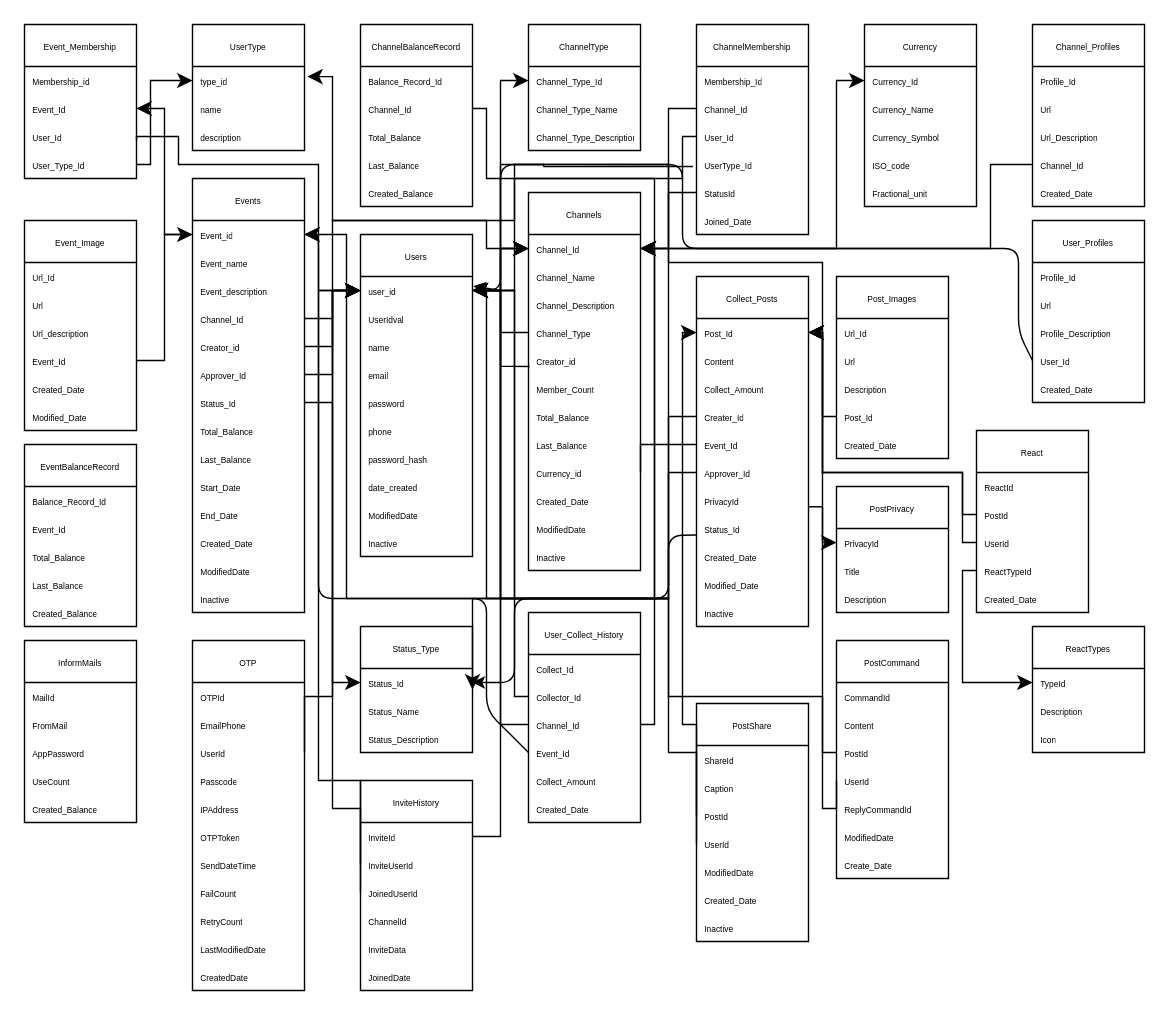
Earlier version of the draw.io diagram page "Page-1" (1 of 3) of sql_graph.drawio (InnwaCommunity/KoiCoi). Source tidied: cells renumbered, new cells numbered last; positions are measured from the earlier drawing's top-left corner, leaving out a move shared by most shapes. Both pictures are drawn from the tidied source at 140%, with x=0, y=0 at pixel (24, 24).
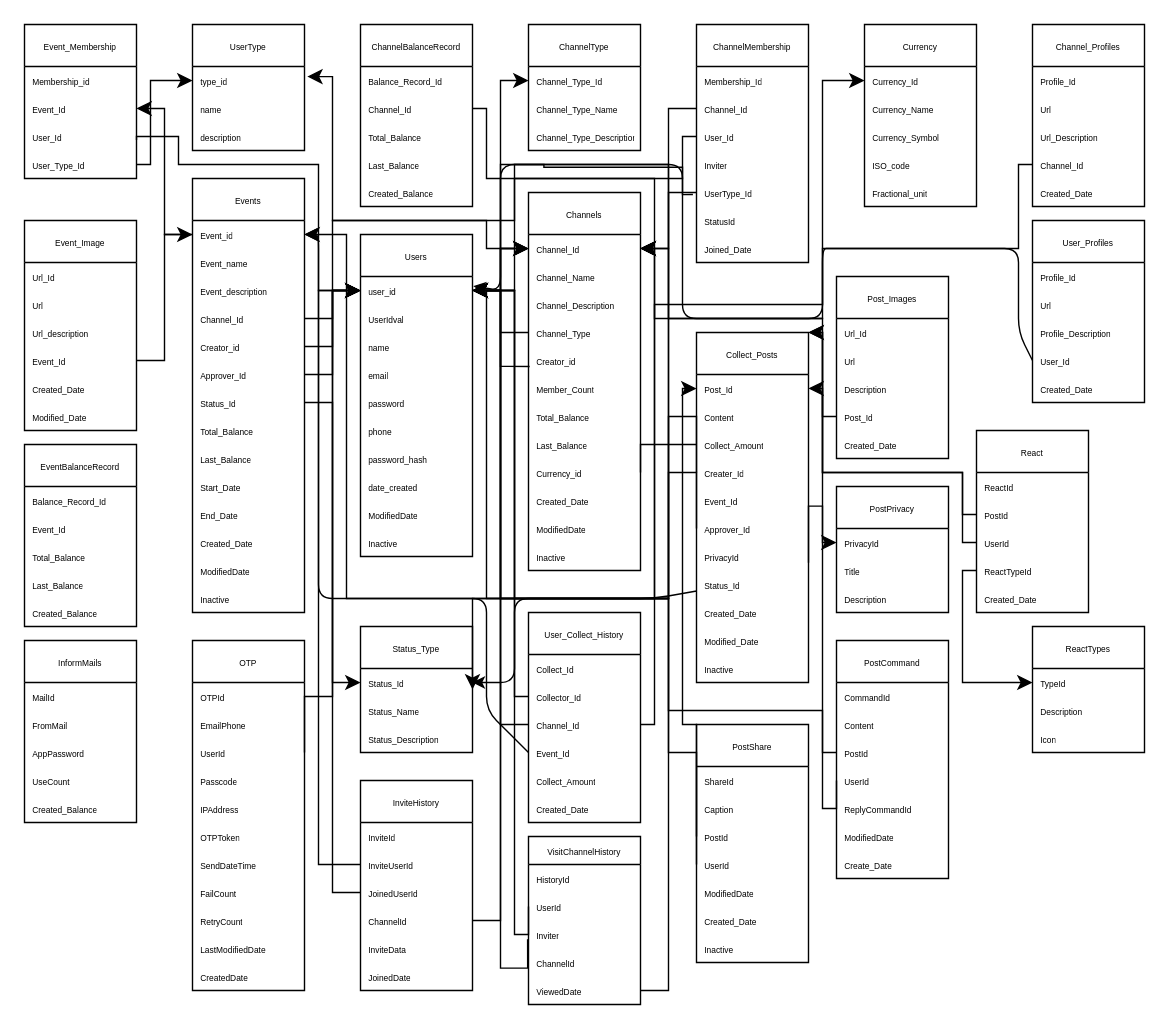
The same diagram, later.

Unchanged cells that the change refers to:
```xml
<mxCell id="3" value="&lt;font style=&quot;font-size: 6px;&quot;&gt;user_id&lt;/font&gt;" style="text;strokeColor=none;fillColor=none;align=left;verticalAlign=middle;spacingLeft=4;spacingRight=4;overflow=hidden;points=[[0,0.5],[1,0.5]];portConstraint=eastwest;whiteSpace=wrap;html=1;" parent="2" vertex="1">
  <mxGeometry y="30" width="80" height="20" as="geometry" />
</mxCell>
<mxCell id="34" value="&lt;font style=&quot;font-size: 6px;&quot;&gt;Channel_Id&lt;/font&gt;" style="text;strokeColor=none;fillColor=none;align=left;verticalAlign=middle;spacingLeft=4;spacingRight=4;overflow=hidden;points=[[0,0.5],[1,0.5]];portConstraint=eastwest;whiteSpace=wrap;html=1;" parent="33" vertex="1">
  <mxGeometry y="30" width="80" height="20" as="geometry" />
</mxCell>
<mxCell id="42" value="&lt;font style=&quot;font-size: 6px;&quot;&gt;Currency_id&lt;/font&gt;" style="text;strokeColor=none;fillColor=none;align=left;verticalAlign=middle;spacingLeft=4;spacingRight=4;overflow=hidden;points=[[0,0.5],[1,0.5]];portConstraint=eastwest;whiteSpace=wrap;html=1;" parent="33" vertex="1">
  <mxGeometry y="190" width="80" height="20" as="geometry" />
</mxCell>
<mxCell id="64" value="&lt;font style=&quot;font-size: 6px;&quot;&gt;Currency_Id&lt;/font&gt;" style="text;strokeColor=none;fillColor=none;align=left;verticalAlign=middle;spacingLeft=4;spacingRight=4;overflow=hidden;points=[[0,0.5],[1,0.5]];portConstraint=eastwest;whiteSpace=wrap;html=1;" parent="63" vertex="1">
  <mxGeometry y="30" width="80" height="20" as="geometry" />
</mxCell>
<mxCell id="69" value="&lt;font style=&quot;font-size: 6px;&quot;&gt;Status_Type&lt;/font&gt;" style="swimlane;fontStyle=0;horizontal=1;startSize=30;whiteSpace=wrap;html=1;" parent="1" vertex="1">
  <mxGeometry x="240" y="430" width="80" height="90" as="geometry" />
</mxCell>
<mxCell id="70" value="&lt;font style=&quot;font-size: 6px;&quot;&gt;Status_Id&lt;/font&gt;" style="text;strokeColor=none;fillColor=none;align=left;verticalAlign=middle;spacingLeft=4;spacingRight=4;overflow=hidden;points=[[0,0.5],[1,0.5]];portConstraint=eastwest;whiteSpace=wrap;html=1;" parent="69" vertex="1">
  <mxGeometry y="30" width="80" height="20" as="geometry" />
</mxCell>
<mxCell id="80" value="&lt;font style=&quot;font-size: 6px;&quot;&gt;type_id&lt;/font&gt;" style="text;strokeColor=none;fillColor=none;align=left;verticalAlign=middle;spacingLeft=4;spacingRight=4;overflow=hidden;points=[[0,0.5],[1,0.5]];portConstraint=eastwest;whiteSpace=wrap;html=1;" parent="79" vertex="1">
  <mxGeometry y="30" width="80" height="20" as="geometry" />
</mxCell>
<mxCell id="93" value="&lt;font style=&quot;font-size: 6px;&quot;&gt;Channel_Id&lt;/font&gt;" style="text;strokeColor=none;fillColor=none;align=left;verticalAlign=middle;spacingLeft=4;spacingRight=4;overflow=hidden;points=[[0,0.5],[1,0.5]];portConstraint=eastwest;whiteSpace=wrap;html=1;" parent="89" vertex="1">
  <mxGeometry y="90" width="80" height="20" as="geometry" />
</mxCell>
<mxCell id="105" value="&lt;font style=&quot;font-size: 6px;&quot;&gt;Post_Id&lt;/font&gt;" style="text;strokeColor=none;fillColor=none;align=left;verticalAlign=middle;spacingLeft=4;spacingRight=4;overflow=hidden;points=[[0,0.5],[1,0.5]];portConstraint=eastwest;whiteSpace=wrap;html=1;" parent="104" vertex="1">
  <mxGeometry y="30" width="80" height="20" as="geometry" />
</mxCell>
<mxCell id="112" value="&lt;span style=&quot;font-size: 6px;&quot;&gt;Status_Id&lt;/span&gt;" style="text;strokeColor=none;fillColor=none;align=left;verticalAlign=middle;spacingLeft=4;spacingRight=4;overflow=hidden;points=[[0,0.5],[1,0.5]];portConstraint=eastwest;whiteSpace=wrap;html=1;" parent="104" vertex="1">
  <mxGeometry y="170" width="80" height="20" as="geometry" />
</mxCell>
<mxCell id="149" value="&lt;font style=&quot;font-size: 6px;&quot;&gt;User_Id&lt;/font&gt;" style="text;strokeColor=none;fillColor=none;align=left;verticalAlign=middle;spacingLeft=4;spacingRight=4;overflow=hidden;points=[[0,0.5],[1,0.5]];portConstraint=eastwest;whiteSpace=wrap;html=1;" parent="145" vertex="1">
  <mxGeometry y="90" width="80" height="20" as="geometry" />
</mxCell>
<mxCell id="155" value="&lt;span style=&quot;font-size: 6px;&quot;&gt;UserId&lt;/span&gt;" style="text;strokeColor=none;fillColor=none;align=left;verticalAlign=middle;spacingLeft=4;spacingRight=4;overflow=hidden;points=[[0,0.5],[1,0.5]];portConstraint=eastwest;whiteSpace=wrap;html=1;" parent="152" vertex="1">
  <mxGeometry y="70" width="80" height="20" as="geometry" />
</mxCell>
<mxCell id="162" value="&lt;span style=&quot;font-size: 6px;&quot;&gt;UserId&lt;/span&gt;" style="text;strokeColor=none;fillColor=none;align=left;verticalAlign=middle;spacingLeft=4;spacingRight=4;overflow=hidden;points=[[0,0.5],[1,0.5]];portConstraint=eastwest;whiteSpace=wrap;html=1;" parent="158" vertex="1">
  <mxGeometry y="90" width="80" height="20" as="geometry" />
</mxCell>
<mxCell id="169" value="&lt;span style=&quot;font-size: 6px;&quot;&gt;PostId&lt;/span&gt;" style="text;strokeColor=none;fillColor=none;align=left;verticalAlign=middle;spacingLeft=4;spacingRight=4;overflow=hidden;points=[[0,0.5],[1,0.5]];portConstraint=eastwest;whiteSpace=wrap;html=1;" parent="166" vertex="1">
  <mxGeometry y="70" width="80" height="20" as="geometry" />
</mxCell>
<mxCell id="211" value="&lt;font style=&quot;font-size: 6px;&quot;&gt;InviteUserId&lt;/font&gt;" style="text;strokeColor=none;fillColor=none;align=left;verticalAlign=middle;spacingLeft=4;spacingRight=4;overflow=hidden;points=[[0,0.5],[1,0.5]];portConstraint=eastwest;whiteSpace=wrap;html=1;" parent="209" vertex="1">
  <mxGeometry y="50" width="80" height="20" as="geometry" />
</mxCell>
<mxCell id="212" value="&lt;font style=&quot;font-size: 6px;&quot;&gt;JoinedUserId&lt;/font&gt;" style="text;strokeColor=none;fillColor=none;align=left;verticalAlign=middle;spacingLeft=4;spacingRight=4;overflow=hidden;points=[[0,0.5],[1,0.5]];portConstraint=eastwest;whiteSpace=wrap;html=1;" parent="209" vertex="1">
  <mxGeometry y="70" width="80" height="20" as="geometry" />
</mxCell>
```

The edit, as a diff of the source:
```diff
@@
     <mxCell id="56" value="&lt;font style=&quot;font-size: 6px;&quot;&gt;ChannelMembership&lt;/font&gt;" style="swimlane;fontStyle=0;horizontal=1;startSize=30;whiteSpace=wrap;html=1;" parent="1" vertex="1">
-      <mxGeometry x="480" width="80" height="150" as="geometry" />
+      <mxGeometry x="480" width="80" height="170" as="geometry" />
     </mxCell>
@@
+    <mxCell id="221" value="&lt;font style=&quot;font-size: 6px;&quot;&gt;Inviter&lt;/font&gt;" style="text;strokeColor=none;fillColor=none;align=left;verticalAlign=middle;spacingLeft=4;spacingRight=4;overflow=hidden;whiteSpace=wrap;html=1;" parent="56" vertex="1">
+      <mxGeometry y="90" width="80" height="20" as="geometry" />
+    </mxCell>
     <mxCell id="60" value="&lt;font style=&quot;font-size: 6px;&quot;&gt;UserType_Id&lt;/font&gt;" style="text;strokeColor=none;fillColor=none;align=left;verticalAlign=middle;spacingLeft=4;spacingRight=4;overflow=hidden;points=[[0,0.5],[1,0.5]];portConstraint=eastwest;whiteSpace=wrap;html=1;" parent="56" vertex="1">
-      <mxGeometry y="90" width="80" height="20" as="geometry" />
+      <mxGeometry y="110" width="80" height="20" as="geometry" />
     </mxCell>
     <mxCell id="61" value="&lt;font style=&quot;font-size: 6px;&quot;&gt;StatusId&lt;/font&gt;" style="text;strokeColor=none;fillColor=none;align=left;verticalAlign=middle;spacingLeft=4;spacingRight=4;overflow=hidden;points=[[0,0.5],[1,0.5]];portConstraint=eastwest;whiteSpace=wrap;html=1;" parent="56" vertex="1">
-      <mxGeometry y="110" width="80" height="20" as="geometry" />
+      <mxGeometry y="130" width="80" height="20" as="geometry" />
     </mxCell>
     <mxCell id="62" value="&lt;font style=&quot;font-size: 6px;&quot;&gt;Joined_Date&lt;/font&gt;" style="text;strokeColor=none;fillColor=none;align=left;verticalAlign=middle;spacingLeft=4;spacingRight=4;overflow=hidden;whiteSpace=wrap;html=1;" parent="56" vertex="1">
-      <mxGeometry y="130" width="80" height="20" as="geometry" />
+      <mxGeometry y="150" width="80" height="20" as="geometry" />
     </mxCell>
@@
     <mxCell id="77" style="edgeStyle=segmentEdgeStyle;endArrow=classic;html=1;curved=0;rounded=0;endSize=8;startSize=8;exitX=1;exitY=0.5;exitDx=0;exitDy=0;entryX=0;entryY=0.5;entryDx=0;entryDy=0;" parent="1" edge="1" source="42" target="64">
       <mxGeometry relative="1" as="geometry">
         <Array as="points">
           <mxPoint x="440" y="300" />
           <mxPoint x="450" y="300" />
-          <mxPoint x="450" y="160" />
-          <mxPoint x="580" y="160" />
-          <mxPoint x="580" y="40" />
+          <mxPoint x="450" y="200" />
+          <mxPoint x="570" y="200" />
+          <mxPoint x="570" y="40" />
         </Array>
       </mxGeometry>
     </mxCell>
@@
     <mxCell id="83" style="edgeStyle=segmentEdgeStyle;endArrow=classic;html=1;curved=0;rounded=0;endSize=8;startSize=8;exitX=-0.032;exitY=0.573;exitDx=0;exitDy=0;exitPerimeter=0;entryX=1.025;entryY=0.36;entryDx=0;entryDy=0;entryPerimeter=0;" parent="1" edge="1" source="60" target="80">
       <mxGeometry relative="1" as="geometry">
         <Array as="points">
+          <mxPoint x="470" y="122" />
+          <mxPoint x="470" y="102" />
           <mxPoint x="371" y="102" />
           <mxPoint x="371" y="100" />
           <mxPoint x="350" y="100" />
           <mxPoint x="350" y="140" />
           <mxPoint x="220" y="140" />
           <mxPoint x="220" y="37" />
         </Array>
       </mxGeometry>
     </mxCell>
@@
-    <mxCell id="95" style="edgeStyle=elbowEdgeStyle;elbow=horizontal;endArrow=classic;html=1;curved=0;rounded=0;endSize=8;startSize=8;exitX=0;exitY=0.5;exitDx=0;exitDy=0;" parent="1" edge="1" source="93">
-      <mxGeometry relative="1" as="geometry">
-        <mxPoint x="440" y="160" as="targetPoint" />
-        <Array as="points">
-          <mxPoint x="690" y="140" />
-          <mxPoint x="690" y="150" />
-          <mxPoint x="690" y="120" />
-        </Array>
-      </mxGeometry>
-    </mxCell>
@@
     <mxCell id="104" value="&lt;font style=&quot;font-size: 6px;&quot;&gt;Collect_Posts&lt;/font&gt;" style="swimlane;fontStyle=0;horizontal=1;startSize=30;whiteSpace=wrap;html=1;" parent="1" vertex="1">
-      <mxGeometry x="480" y="180" width="80" height="250" as="geometry" />
+      <mxGeometry x="480" y="220" width="80" height="250" as="geometry" />
     </mxCell>
@@
     <mxCell id="151" style="edgeStyle=none;html=1;exitX=0;exitY=0.5;exitDx=0;exitDy=0;entryX=1.006;entryY=0.341;entryDx=0;entryDy=0;entryPerimeter=0;" parent="1" edge="1" source="149" target="3">
       <mxGeometry relative="1" as="geometry">
         <Array as="points">
           <mxPoint x="710" y="220" />
           <mxPoint x="710" y="160" />
-          <mxPoint x="520" y="160" />
+          <mxPoint x="580" y="160" />
+          <mxPoint x="570" y="160" />
+          <mxPoint x="570" y="210" />
+          <mxPoint x="470" y="210" />
           <mxPoint x="470" y="160" />
           <mxPoint x="470" y="100" />
           <mxPoint x="340" y="100" />
           <mxPoint x="340" y="190" />
         </Array>
       </mxGeometry>
     </mxCell>
@@
     <mxCell id="166" value="&lt;font style=&quot;font-size: 6px;&quot;&gt;PostShare&lt;/font&gt;" style="swimlane;fontStyle=0;horizontal=1;startSize=30;whiteSpace=wrap;html=1;" parent="1" vertex="1">
-      <mxGeometry x="480" y="485" width="80" height="170" as="geometry" />
+      <mxGeometry x="480" y="500" width="80" height="170" as="geometry" />
     </mxCell>
@@
     <mxCell id="179" style="edgeStyle=segmentEdgeStyle;endArrow=classic;html=1;curved=0;rounded=0;endSize=8;startSize=8;exitX=0;exitY=0.5;exitDx=0;exitDy=0;" parent="1" edge="1" source="155">
       <mxGeometry relative="1" as="geometry">
         <mxPoint x="320" y="190" as="targetPoint" />
         <Array as="points">
           <mxPoint x="670" y="370" />
           <mxPoint x="670" y="320" />
           <mxPoint x="570" y="320" />
-          <mxPoint x="570" y="170" />
-          <mxPoint x="460" y="170" />
+          <mxPoint x="570" y="210" />
+          <mxPoint x="460" y="210" />
           <mxPoint x="460" y="100" />
           <mxPoint x="340" y="100" />
+          <mxPoint x="340" y="190" />
         </Array>
       </mxGeometry>
     </mxCell>
@@
     <mxCell id="182" style="edgeStyle=segmentEdgeStyle;endArrow=classic;html=1;curved=0;rounded=0;endSize=8;startSize=8;exitX=0;exitY=0.5;exitDx=0;exitDy=0;" parent="1" edge="1" source="162">
       <mxGeometry relative="1" as="geometry">
         <mxPoint x="320" y="190" as="targetPoint" />
         <Array as="points">
           <mxPoint x="580" y="560" />
           <mxPoint x="570" y="560" />
-          <mxPoint x="570" y="480" />
-          <mxPoint x="460" y="480" />
+          <mxPoint x="570" y="490" />
+          <mxPoint x="460" y="490" />
           <mxPoint x="460" y="410" />
           <mxPoint x="340" y="410" />
           <mxPoint x="340" y="190" />
         </Array>
       </mxGeometry>
     </mxCell>
     <mxCell id="183" style="edgeStyle=segmentEdgeStyle;endArrow=classic;html=1;curved=0;rounded=0;endSize=8;startSize=8;exitX=0;exitY=0.5;exitDx=0;exitDy=0;entryX=0;entryY=0.5;entryDx=0;entryDy=0;" parent="1" edge="1" source="169" target="105">
       <mxGeometry relative="1" as="geometry">
         <Array as="points">
+          <mxPoint x="480" y="500" />
           <mxPoint x="470" y="500" />
-          <mxPoint x="470" y="220" />
+          <mxPoint x="470" y="260" />
         </Array>
       </mxGeometry>
     </mxCell>
@@
     <mxCell id="216" style="edgeStyle=segmentEdgeStyle;endArrow=classic;html=1;curved=0;rounded=0;endSize=8;startSize=8;exitX=0;exitY=0.5;exitDx=0;exitDy=0;" parent="1" edge="1" source="212">
       <mxGeometry relative="1" as="geometry">
         <mxPoint x="240" y="190" as="targetPoint" />
         <Array as="points">
-          <mxPoint x="220" y="560" />
+          <mxPoint x="220" y="620" />
           <mxPoint x="220" y="190" />
         </Array>
       </mxGeometry>
     </mxCell>
     <mxCell id="217" style="edgeStyle=segmentEdgeStyle;endArrow=classic;html=1;curved=0;rounded=0;endSize=8;startSize=8;exitX=0;exitY=0.5;exitDx=0;exitDy=0;" parent="1" edge="1" source="211">
       <mxGeometry relative="1" as="geometry">
         <mxPoint x="240" y="190" as="targetPoint" />
         <Array as="points">
-          <mxPoint x="210" y="540" />
+          <mxPoint x="210" y="600" />
           <mxPoint x="210" y="190" />
         </Array>
       </mxGeometry>
     </mxCell>
     <mxCell id="218" style="edgeStyle=segmentEdgeStyle;endArrow=classic;html=1;curved=0;rounded=0;endSize=8;startSize=8;" parent="1" edge="1">
       <mxGeometry relative="1" as="geometry">
-        <mxPoint x="320" y="580" as="sourcePoint" />
+        <mxPoint x="320" y="640" as="sourcePoint" />
         <mxPoint x="360" y="160" as="targetPoint" />
         <Array as="points">
-          <mxPoint x="340" y="580" />
+          <mxPoint x="320" y="640" />
+          <mxPoint x="340" y="640" />
           <mxPoint x="340" y="160" />
         </Array>
       </mxGeometry>
     </mxCell>
-    <mxCell id="219" style="edgeStyle=segmentEdgeStyle;endArrow=classic;html=1;curved=0;rounded=0;endSize=8;startSize=8;entryX=1;entryY=0.5;entryDx=0;entryDy=0;" parent="1" edge="1" source="61" target="69">
+    <mxCell id="219" style="edgeStyle=segmentEdgeStyle;endArrow=classic;html=1;curved=0;rounded=0;endSize=8;startSize=8;entryX=1;entryY=0.5;entryDx=0;entryDy=0;" parent="1" edge="1" target="69">
       <mxGeometry relative="1" as="geometry">
+        <mxPoint x="480" y="120" as="sourcePoint" />
         <Array as="points">
+          <mxPoint x="480" y="120" />
           <mxPoint x="460" y="120" />
           <mxPoint x="460" y="410" />
           <mxPoint x="320" y="410" />
         </Array>
       </mxGeometry>
     </mxCell>
     <mxCell id="220" style="endArrow=classic;html=1;fontSize=6;entryX=1;entryY=0.5;entryDx=0;entryDy=0;exitX=0.001;exitY=0.731;exitDx=0;exitDy=0;exitPerimeter=0;" parent="1" edge="1" source="112" target="70">
       <mxGeometry relative="1" as="geometry">
         <Array as="points">
-          <mxPoint x="460" y="365" />
-          <mxPoint x="460" y="410" />
+          <mxPoint x="450" y="410" />
           <mxPoint x="350" y="410" />
           <mxPoint x="350" y="470" />
         </Array>
       </mxGeometry>
     </mxCell>
+    <mxCell id="222" value="&lt;font style=&quot;font-size: 6px;&quot;&gt;VisitChannelHistory&lt;/font&gt;" style="swimlane;fontStyle=0;horizontal=1;startSize=20;whiteSpace=wrap;html=1;" parent="1" vertex="1">
+      <mxGeometry x="360" y="580" width="80" height="120" as="geometry" />
+    </mxCell>
+    <mxCell id="223" value="&lt;font style=&quot;font-size: 6px;&quot;&gt;HistoryId&lt;/font&gt;" style="text;strokeColor=none;fillColor=none;align=left;verticalAlign=middle;spacingLeft=4;spacingRight=4;overflow=hidden;whiteSpace=wrap;html=1;" parent="222" vertex="1">
+      <mxGeometry y="20" width="80" height="20" as="geometry" />
+    </mxCell>
+    <mxCell id="224" value="&lt;font style=&quot;font-size: 6px;&quot;&gt;UserId&lt;/font&gt;" style="text;strokeColor=none;fillColor=none;align=left;verticalAlign=middle;spacingLeft=4;spacingRight=4;overflow=hidden;points=[[0,0.5],[1,0.5]];portConstraint=eastwest;whiteSpace=wrap;html=1;" parent="222" vertex="1">
+      <mxGeometry y="40" width="80" height="20" as="geometry" />
+    </mxCell>
+    <mxCell id="225" value="&lt;span style=&quot;font-size: 6px;&quot;&gt;Inviter&lt;/span&gt;" style="text;strokeColor=none;fillColor=none;align=left;verticalAlign=middle;spacingLeft=4;spacingRight=4;overflow=hidden;points=[[0,0.5],[1,0.5]];portConstraint=eastwest;whiteSpace=wrap;html=1;" parent="222" vertex="1">
+      <mxGeometry y="60" width="80" height="20" as="geometry" />
+    </mxCell>
+    <mxCell id="226" value="&lt;span style=&quot;font-size: 6px;&quot;&gt;ChannelId&lt;/span&gt;" style="text;strokeColor=none;fillColor=none;align=left;verticalAlign=middle;spacingLeft=4;spacingRight=4;overflow=hidden;whiteSpace=wrap;html=1;" parent="222" vertex="1">
+      <mxGeometry y="80" width="80" height="20" as="geometry" />
+    </mxCell>
+    <mxCell id="227" value="&lt;span style=&quot;font-size: 6px;&quot;&gt;ViewedDate&lt;/span&gt;" style="text;strokeColor=none;fillColor=none;align=left;verticalAlign=middle;spacingLeft=4;spacingRight=4;overflow=hidden;whiteSpace=wrap;html=1;" parent="222" vertex="1">
+      <mxGeometry y="100" width="80" height="20" as="geometry" />
+    </mxCell>
+    <mxCell id="228" style="edgeStyle=segmentEdgeStyle;endArrow=classic;html=1;curved=0;rounded=0;endSize=8;startSize=8;entryX=1;entryY=0.5;entryDx=0;entryDy=0;" parent="1" edge="1" target="34">
+      <mxGeometry relative="1" as="geometry">
+        <mxPoint x="440" y="690" as="sourcePoint" />
+        <Array as="points">
+          <mxPoint x="460" y="690" />
+          <mxPoint x="460" y="160" />
+        </Array>
+      </mxGeometry>
+    </mxCell>
+    <mxCell id="229" style="edgeStyle=segmentEdgeStyle;endArrow=classic;html=1;curved=0;rounded=0;endSize=8;startSize=8;exitX=-0.008;exitY=0.673;exitDx=0;exitDy=0;exitPerimeter=0;" parent="1" edge="1" source="225">
+      <mxGeometry relative="1" as="geometry">
+        <mxPoint x="320" y="190" as="targetPoint" />
+        <Array as="points">
+          <mxPoint x="340" y="674" />
+          <mxPoint x="340" y="190" />
+        </Array>
+      </mxGeometry>
+    </mxCell>
+    <mxCell id="230" style="edgeStyle=segmentEdgeStyle;endArrow=classic;html=1;curved=0;rounded=0;endSize=8;startSize=8;exitX=0;exitY=0.5;exitDx=0;exitDy=0;entryX=1;entryY=0.5;entryDx=0;entryDy=0;" parent="1" edge="1" source="224" target="3">
+      <mxGeometry relative="1" as="geometry">
+        <Array as="points">
+          <mxPoint x="350" y="650" />
+          <mxPoint x="350" y="190" />
+        </Array>
+      </mxGeometry>
+    </mxCell>
+    <mxCell id="231" style="edgeStyle=segmentEdgeStyle;endArrow=classic;html=1;curved=0;rounded=0;endSize=8;startSize=8;fontSize=10;entryX=1;entryY=0.5;entryDx=0;entryDy=0;exitX=0;exitY=0.5;exitDx=0;exitDy=0;" parent="1" edge="1" source="93" target="34">
+      <mxGeometry relative="1" as="geometry">
+        <Array as="points">
+          <mxPoint x="710" y="100" />
+          <mxPoint x="710" y="160" />
+          <mxPoint x="570" y="160" />
+          <mxPoint x="570" y="210" />
+          <mxPoint x="450" y="210" />
+          <mxPoint x="450" y="160" />
+        </Array>
+      </mxGeometry>
+    </mxCell>
```
